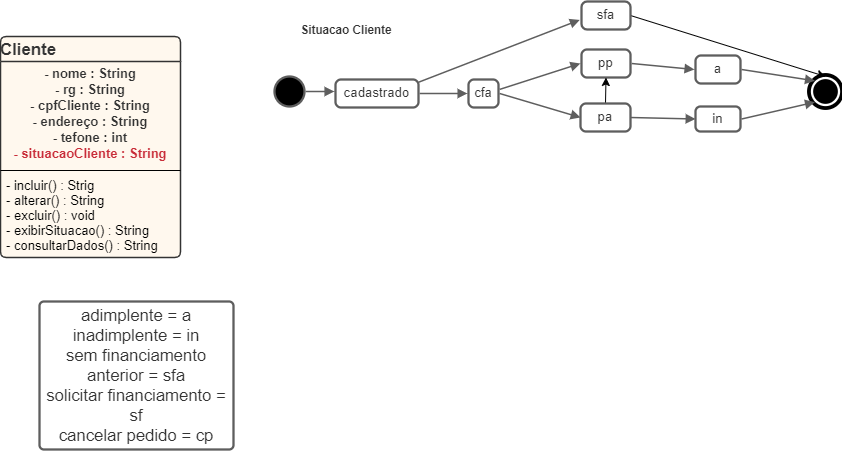
The draw.io diagram diagrama de estados fastcar.png in leitoraincomum/engsofII, before a commit. Source tidied: cells renumbered, new cells last; positions are measured from the earlier drawing's top-left corner, leaving out a move shared by most shapes.
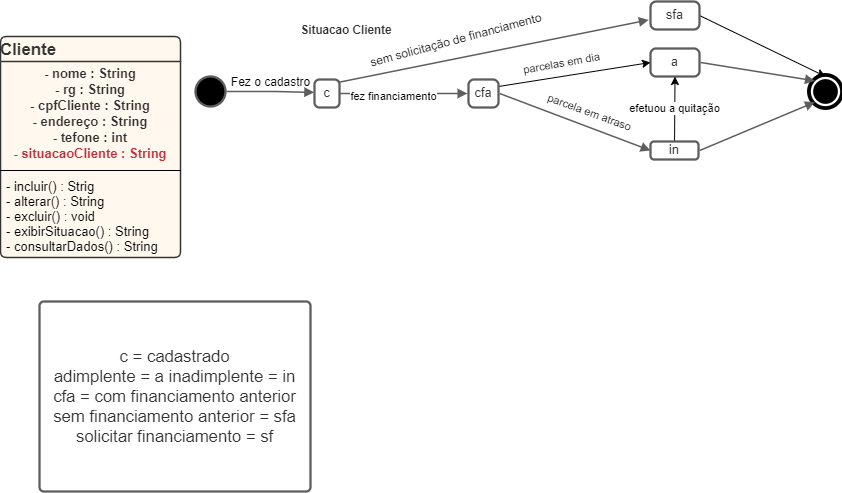
After the commit.

What changed in the source:
```diff
@@ -14,29 +14,32 @@
     <mxCell id="5" value="- incluir() : Strig&#10;- alterar() : String&#10;- excluir() : void&#10;- exibirSituacao() : String&#10;- consultarDados() : String" style="html=1;whiteSpace=wrap;strokeColor=none;fillColor=none;align=left;verticalAlign=middle;spacingLeft=4;spacingRight=4;overflow=hidden;swimlaneFillColor=#ffdba9;strokeOpacity=100;fillOpacity=20;whiteSpace=wrap;overflow=block;blockSpacing=1;html=1;fontSize=13;" parent="2" vertex="1">
       <mxGeometry y="138" width="180" height="83" as="geometry" />
     </mxCell>
-    <mxCell id="6" value="adimplente = a inadimplente = in&#10;sem financiamento anterior = sfa&#10;solicitar financiamento = sf&#10;cancelar pedido = cp" style="html=1;overflow=block;blockSpacing=1;whiteSpace=wrap;whiteSpace=wrap;fontSize=16.7;fontColor=#333333;spacing=3.8;strokeColor=#5e5e5e;strokeOpacity=100;rounded=1;absoluteArcSize=1;arcSize=9;strokeWidth=2.3;" parent="1" vertex="1">
-      <mxGeometry x="39" y="300" width="194" height="148" as="geometry" />
+    <mxCell id="6" value="c = cadastrado&lt;br&gt;adimplente = a inadimplente = in&lt;br&gt;cfa = com financiamento anterior&lt;br&gt;sem financiamento anterior = sfa&lt;br&gt;solicitar financiamento = sf" style="html=1;overflow=block;blockSpacing=1;whiteSpace=wrap;whiteSpace=wrap;fontSize=16.7;fontColor=#333333;spacing=3.8;strokeColor=#5e5e5e;strokeOpacity=100;rounded=1;absoluteArcSize=1;arcSize=9;strokeWidth=2.3;" parent="1" vertex="1">
+      <mxGeometry x="39" y="300" width="271" height="190" as="geometry" />
     </mxCell>
     <mxCell id="7" value="Situacao Cliente" style="html=1;overflow=block;blockSpacing=1;whiteSpace=wrap;strokeColor=none;fillColor=none;whiteSpace=wrap;fontSize=11.7;fontColor=#333333;fontStyle=1;spacing=0;strokeOpacity=100;rounded=1;absoluteArcSize=1;arcSize=9;strokeWidth=2.3;" parent="1" vertex="1">
       <mxGeometry x="275" y="15" width="142" height="25" as="geometry" />
     </mxCell>
     <mxCell id="8" style="html=1;overflow=block;blockSpacing=1;whiteSpace=wrap;ellipse;fillColor=#000000;whiteSpace=wrap;fontSize=13;spacing=0;strokeColor=#5e5e5e;strokeOpacity=100;rounded=1;absoluteArcSize=1;arcSize=9;strokeWidth=2.3;" parent="1" vertex="1">
-      <mxGeometry x="274" y="75" width="30" height="30" as="geometry" />
+      <mxGeometry x="195" y="75" width="30" height="30" as="geometry" />
     </mxCell>
     <mxCell id="9" style="html=1;overflow=block;blockSpacing=1;whiteSpace=wrap;shape=mxgraph.bpmn.shape;outline=end;symbol=terminate;strokeColor=#000000;fillColor=#ffffff;whiteSpace=wrap;fontSize=13;spacing=0;strokeOpacity=100;rounded=1;absoluteArcSize=1;arcSize=9;strokeWidth=2.3;" parent="1" vertex="1">
       <mxGeometry x="810" y="75" width="30" height="30" as="geometry" />
     </mxCell>
     <mxCell id="10" value="&lt;div style=&quot;display: flex; justify-content: center; text-align: center; align-items: baseline; font-size: 0; line-height: 1.25;margin-top: -2px;&quot;&gt;&lt;span&gt;&lt;span style=&quot;font-size:13.3px;color:#333333;&quot;&gt;a&lt;/span&gt;&lt;/span&gt;&lt;/div&gt;" style="rounded=1;arcSize=20;whiteSpace=wrap;overflow=block;blockSpacing=1;html=1;fontSize=13;spacing=0;strokeColor=#5e5e5e;strokeOpacity=100;strokeWidth=2.3;" parent="1" vertex="1">
-      <mxGeometry x="695" y="54" width="45" height="28" as="geometry" />
+      <mxGeometry x="650" y="47" width="49" height="28" as="geometry" />
     </mxCell>
+    <mxCell id="28" value="efetuou a quitação" style="edgeStyle=none;rounded=0;jettySize=auto;html=1;entryX=0.5;entryY=1;entryDx=0;entryDy=0;" parent="1" edge="1" source="11" target="10">
+      <mxGeometry relative="1" as="geometry" />
+    </mxCell>
     <mxCell id="11" value="&lt;div style=&quot;display: flex; justify-content: center; text-align: center; align-items: baseline; font-size: 0; line-height: 1.25;margin-top: -2px;&quot;&gt;&lt;span&gt;&lt;span style=&quot;font-size:13.3px;color:#333333;&quot;&gt;in&lt;/span&gt;&lt;/span&gt;&lt;/div&gt;" style="rounded=1;arcSize=20;whiteSpace=wrap;overflow=block;blockSpacing=1;html=1;fontSize=13;spacing=0;strokeColor=#5e5e5e;strokeOpacity=100;strokeWidth=2.3;" parent="1" vertex="1">
-      <mxGeometry x="695" y="105" width="45" height="25" as="geometry" />
+      <mxGeometry x="650" y="140" width="48" height="18" as="geometry" />
     </mxCell>
     <mxCell id="12" style="edgeStyle=none;rounded=0;jettySize=auto;html=1;exitX=1;exitY=0.5;exitDx=0;exitDy=0;entryX=0.5;entryY=0;entryDx=0;entryDy=0;" parent="1" edge="1" source="13" target="9">
       <mxGeometry relative="1" as="geometry" />
     </mxCell>
     <mxCell id="13" value="&lt;div style=&quot;display: flex; justify-content: center; text-align: center; align-items: baseline; font-size: 0; line-height: 1.25;margin-top: -2px;&quot;&gt;&lt;span&gt;&lt;span style=&quot;font-size:13.3px;color:#333333;&quot;&gt;sfa&lt;/span&gt;&lt;/span&gt;&lt;/div&gt;" style="rounded=1;arcSize=20;whiteSpace=wrap;overflow=block;blockSpacing=1;html=1;fontSize=13;spacing=0;strokeColor=#5e5e5e;strokeOpacity=100;strokeWidth=2.3;" parent="1" vertex="1">
-      <mxGeometry x="581" width="49" height="28" as="geometry" />
+      <mxGeometry x="650" width="49" height="28" as="geometry" />
     </mxCell>
     <mxCell id="14" style="html=1;jettySize=18;whiteSpace=wrap;overflow=block;blockSpacing=1;fontSize=13;strokeColor=#5E5E5E;strokeWidth=1.5;rounded=1;arcSize=12;startArrow=none;endArrow=block;endFill=1;exitX=1.025;exitY=0.5;exitPerimeter=0;entryX=0.145;entryY=0.855;entryPerimeter=0;entryDx=0;entryDy=0;" parent="1" edge="1" source="11" target="9">
       <mxGeometry relative="1" as="geometry" />
@@ -44,8 +47,8 @@
     <mxCell id="15" style="html=1;jettySize=18;whiteSpace=wrap;overflow=block;blockSpacing=1;fontSize=13;strokeColor=#5E5E5E;strokeWidth=1.5;rounded=1;arcSize=12;startArrow=none;endArrow=block;endFill=1;exitX=1.025;exitY=0.5;exitPerimeter=0;entryX=0.145;entryY=0.145;entryPerimeter=0;entryDx=0;entryDy=0;" parent="1" edge="1" source="10" target="9">
       <mxGeometry relative="1" as="geometry" />
     </mxCell>
-    <mxCell id="16" value="&lt;div style=&quot;display: flex; justify-content: center; text-align: center; align-items: baseline; font-size: 0; line-height: 1.25;margin-top: -2px;&quot;&gt;&lt;span&gt;&lt;span style=&quot;font-size:13.3px;color:#333333;&quot;&gt;cadastrado&lt;/span&gt;&lt;/span&gt;&lt;/div&gt;" style="rounded=1;arcSize=20;whiteSpace=wrap;overflow=block;blockSpacing=1;html=1;fontSize=13;spacing=0;strokeColor=#5e5e5e;strokeOpacity=100;strokeWidth=2.3;" parent="1" vertex="1">
-      <mxGeometry x="335" y="78" width="83" height="28" as="geometry" />
+    <mxCell id="16" value="&lt;div style=&quot;display: flex ; justify-content: center ; text-align: center ; align-items: baseline ; font-size: 0 ; line-height: 1.25 ; margin-top: -2px&quot;&gt;&lt;span&gt;&lt;span style=&quot;font-size: 13.3px ; color: #333333&quot;&gt;c&lt;/span&gt;&lt;/span&gt;&lt;/div&gt;" style="rounded=1;arcSize=20;whiteSpace=wrap;overflow=block;blockSpacing=1;html=1;fontSize=13;spacing=0;strokeColor=#5e5e5e;strokeOpacity=100;strokeWidth=2.3;" parent="1" vertex="1">
+      <mxGeometry x="314" y="78" width="25" height="28" as="geometry" />
     </mxCell>
     <mxCell id="17" style="html=1;jettySize=18;whiteSpace=wrap;overflow=block;blockSpacing=1;fontSize=13;strokeColor=#5E5E5E;strokeWidth=1.5;rounded=1;arcSize=12;edgeStyle=orthogonalEdgeStyle;startArrow=none;endArrow=block;endFill=1;exitX=1.038;exitY=0.5;exitPerimeter=0;entryX=-0.014;entryY=0.459;entryPerimeter=0;" parent="1" edge="1" source="8" target="16">
       <mxGeometry relative="1" as="geometry" />
@@ -53,32 +56,36 @@
     <mxCell id="18" style="html=1;jettySize=18;whiteSpace=wrap;overflow=block;blockSpacing=1;fontSize=13;strokeColor=#5E5E5E;strokeWidth=1.5;rounded=0;startArrow=none;endArrow=block;endFill=1;exitX=1.005;exitY=0.093;exitPerimeter=0;entryX=-0.037;entryY=0.658;entryPerimeter=0;" parent="1" edge="1" source="16" target="13">
       <mxGeometry relative="1" as="geometry" />
     </mxCell>
+    <mxCell id="29" style="edgeStyle=none;rounded=0;jettySize=auto;html=1;exitX=1;exitY=0.25;exitDx=0;exitDy=0;entryX=0;entryY=0.5;entryDx=0;entryDy=0;" parent="1" edge="1" source="19" target="10">
+      <mxGeometry relative="1" as="geometry" />
+    </mxCell>
+    <mxCell id="30" value="parcelas em dia" style="edgeLabel;html=1;align=center;verticalAlign=middle;rotation=-10;" parent="29" vertex="1">
+      <mxGeometry x="-0.19" y="-3" relative="1" as="geometry">
+        <mxPoint y="-17" as="offset" />
+      </mxGeometry>
+    </mxCell>
     <mxCell id="19" value="&lt;div style=&quot;display: flex; justify-content: center; text-align: center; align-items: baseline; font-size: 0; line-height: 1.25;margin-top: -2px;&quot;&gt;&lt;span&gt;&lt;span style=&quot;font-size:13.3px;color:#333333;&quot;&gt;cfa&lt;/span&gt;&lt;/span&gt;&lt;/div&gt;" style="rounded=1;arcSize=20;whiteSpace=wrap;overflow=block;blockSpacing=1;html=1;fontSize=13;spacing=0;strokeColor=#5e5e5e;strokeOpacity=100;strokeWidth=2.3;" parent="1" vertex="1">
       <mxGeometry x="468" y="78" width="30" height="28" as="geometry" />
     </mxCell>
     <mxCell id="20" style="html=1;jettySize=18;whiteSpace=wrap;overflow=block;blockSpacing=1;fontSize=13;strokeColor=#5E5E5E;strokeWidth=1.5;rounded=1;arcSize=12;edgeStyle=orthogonalEdgeStyle;startArrow=none;endArrow=block;endFill=1;exitX=1.014;exitY=0.5;exitPerimeter=0;entryX=-0.037;entryY=0.5;entryPerimeter=0;" parent="1" edge="1" source="16" target="19">
       <mxGeometry relative="1" as="geometry" />
     </mxCell>
-    <mxCell id="21" style="html=1;jettySize=18;whiteSpace=wrap;overflow=block;blockSpacing=1;fontSize=13;strokeColor=#5E5E5E;strokeWidth=1.5;rounded=0;startArrow=none;endArrow=block;endFill=1;exitX=1.038;exitY=0.354;exitPerimeter=0;entryX=-0.025;entryY=0.5;entryPerimeter=0;" parent="1" edge="1" source="19" target="23">
-      <mxGeometry relative="1" as="geometry" />
-    </mxCell>
+    <mxCell id="31" value="fez financiamento" style="edgeLabel;html=1;align=center;verticalAlign=middle;" parent="20" vertex="1">
+      <mxGeometry x="-0.17" y="-2" relative="1" as="geometry" />
+    </mxCell>
-    <mxCell id="22" style="html=1;jettySize=18;whiteSpace=wrap;overflow=block;blockSpacing=1;fontSize=13;strokeColor=#5E5E5E;strokeWidth=1.5;rounded=0;startArrow=none;endArrow=block;endFill=1;exitX=1.038;exitY=0.5;exitPerimeter=0;entryX=0;entryY=0.5;entryDx=0;entryDy=0;" parent="1" edge="1" source="19" target="26">
+    <mxCell id="22" style="html=1;jettySize=18;whiteSpace=wrap;overflow=block;blockSpacing=1;fontSize=13;strokeColor=#5E5E5E;strokeWidth=1.5;rounded=0;startArrow=none;endArrow=block;endFill=1;exitX=1.038;exitY=0.5;exitPerimeter=0;entryX=0;entryY=0.5;entryDx=0;entryDy=0;" parent="1" edge="1" source="19" target="11">
       <mxGeometry relative="1" as="geometry" />
     </mxCell>
-    <mxCell id="23" value="&lt;div style=&quot;display: flex; justify-content: center; text-align: center; align-items: baseline; font-size: 0; line-height: 1.25;margin-top: -2px;&quot;&gt;&lt;span&gt;&lt;span style=&quot;font-size:13.3px;color:#333333;&quot;&gt;pp&lt;/span&gt;&lt;/span&gt;&lt;/div&gt;" style="rounded=1;arcSize=20;whiteSpace=wrap;overflow=block;blockSpacing=1;html=1;fontSize=13;spacing=0;strokeColor=#5e5e5e;strokeOpacity=100;strokeWidth=2.3;" parent="1" vertex="1">
-      <mxGeometry x="581" y="48" width="49" height="28" as="geometry" />
-    </mxCell>
-    <mxCell id="24" style="html=1;jettySize=18;whiteSpace=wrap;overflow=block;blockSpacing=1;fontSize=13;strokeColor=#5E5E5E;strokeWidth=1.5;rounded=0;startArrow=none;endArrow=block;endFill=1;exitX=1.025;exitY=0.5;exitPerimeter=0;entryX=-0.025;entryY=0.5;entryPerimeter=0;" parent="1" edge="1" source="23" target="10">
-      <mxGeometry relative="1" as="geometry" />
-    </mxCell>
-    <mxCell id="25" style="edgeStyle=none;rounded=0;jettySize=auto;html=1;exitX=0.5;exitY=0;exitDx=0;exitDy=0;entryX=0.5;entryY=1;entryDx=0;entryDy=0;" parent="1" edge="1" source="26" target="23">
-      <mxGeometry relative="1" as="geometry" />
-    </mxCell>
-    <mxCell id="26" value="&lt;div style=&quot;display: flex ; justify-content: center ; text-align: center ; align-items: baseline ; font-size: 0 ; line-height: 1.25 ; margin-top: -2px&quot;&gt;&lt;span&gt;&lt;span style=&quot;font-size: 13.3px ; color: #333333&quot;&gt;pa&lt;/span&gt;&lt;/span&gt;&lt;/div&gt;" style="rounded=1;arcSize=20;whiteSpace=wrap;overflow=block;blockSpacing=1;html=1;fontSize=13;spacing=0;strokeColor=#5e5e5e;strokeOpacity=100;strokeWidth=2.3;" parent="1" vertex="1">
-      <mxGeometry x="580" y="102" width="50" height="28" as="geometry" />
-    </mxCell>
-    <mxCell id="27" style="html=1;jettySize=18;whiteSpace=wrap;overflow=block;blockSpacing=1;fontSize=13;strokeColor=#5E5E5E;strokeWidth=1.5;rounded=0;startArrow=none;endArrow=block;endFill=1;exitX=1;exitY=0.5;entryX=0;entryY=0.5;entryDx=0;entryDy=0;exitDx=0;exitDy=0;" parent="1" edge="1" source="26" target="11">
-      <mxGeometry relative="1" as="geometry" />
-    </mxCell>
+    <mxCell id="32" value="parcela em atraso" style="edgeLabel;html=1;align=center;verticalAlign=middle;rotation=20;" parent="22" vertex="1">
+      <mxGeometry x="-0.32" y="1" relative="1" as="geometry">
+        <mxPoint x="39" as="offset" />
+      </mxGeometry>
+    </mxCell>
+    <mxCell id="33" value="Fez o cadastro" style="text;html=1;align=center;verticalAlign=middle;strokeColor=none;" parent="1" vertex="1">
+      <mxGeometry x="225" y="70" width="90" height="20" as="geometry" />
+    </mxCell>
+    <mxCell id="34" value="sem solicitação de financiamento" style="text;html=1;align=center;verticalAlign=middle;strokeColor=none;rotation=-15;" parent="1" vertex="1">
+      <mxGeometry x="360" y="28" width="190" height="20" as="geometry" />
+    </mxCell>
   </root>
 </mxGraphModel>
```
